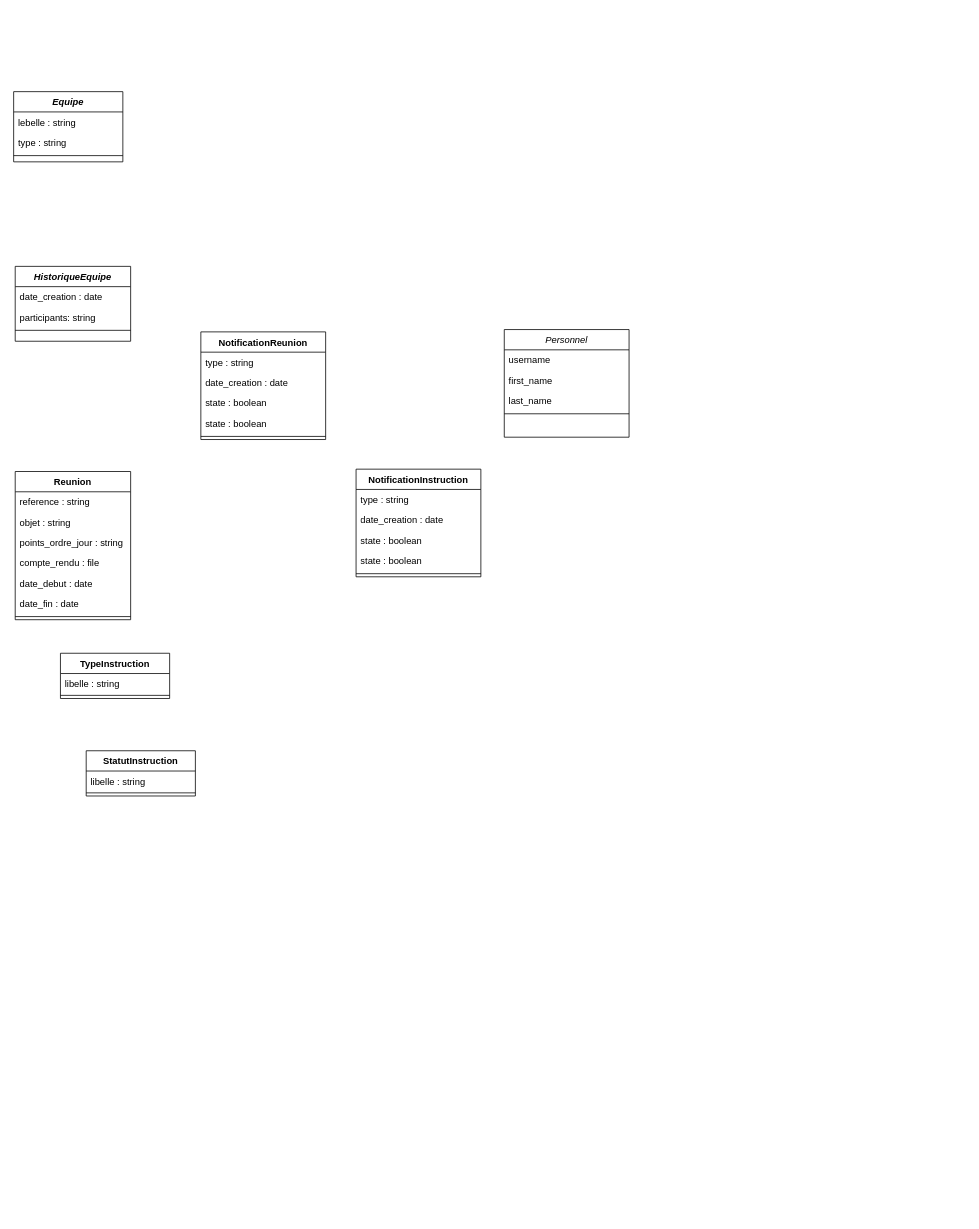
The draw.io diagram diagramme_classes_technique.drawio in CabrelFeukeng/pp, before the edit. Source tidied: cells renumbered, new cells numbered last; positions are measured from the earlier drawing's top-left corner, leaving out a move shared by most shapes. Both pictures are drawn from the tidied source at 78%, with x=0, y=0 at pixel (13, 91).
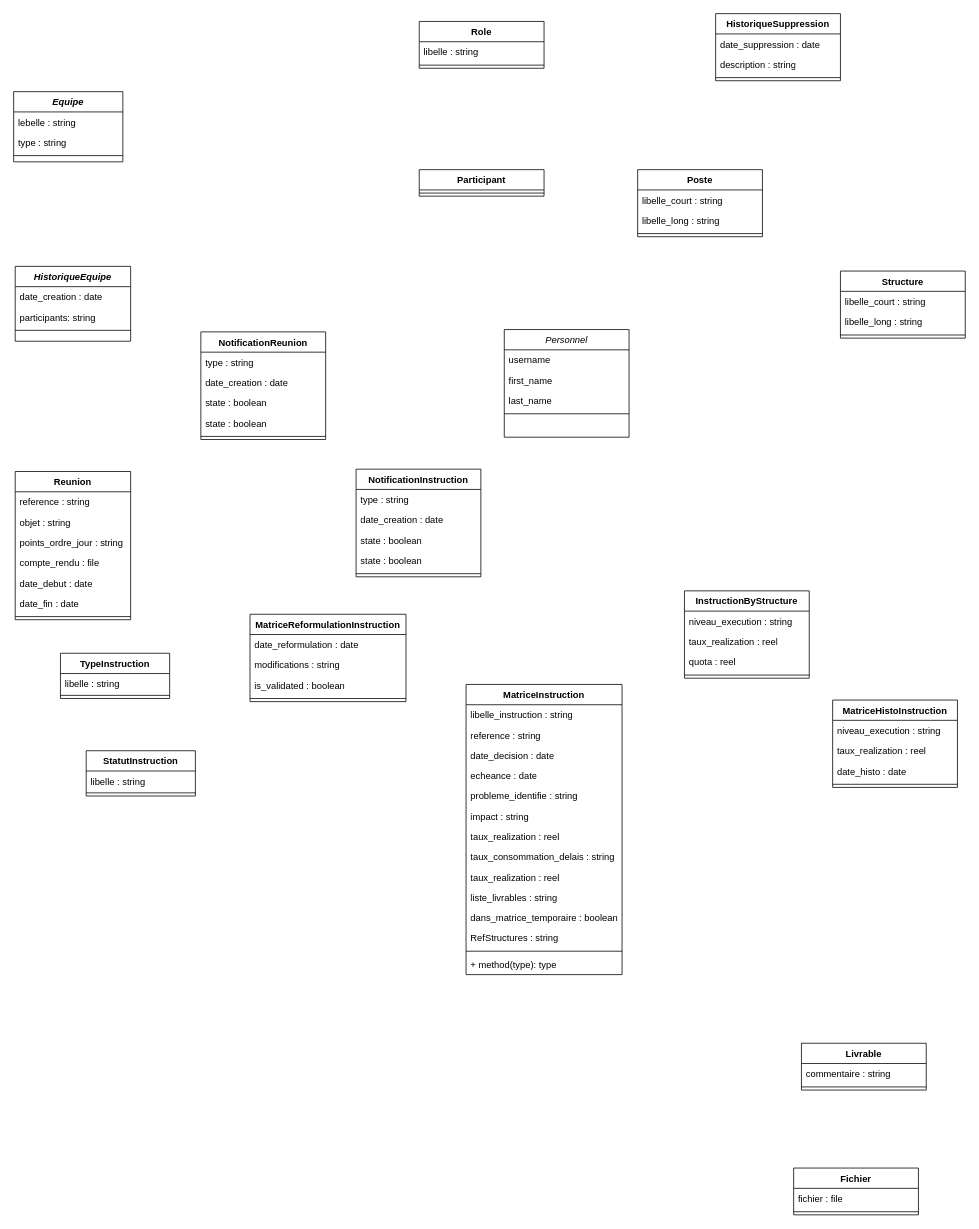
The same page after the edit.

Commit message (it also covers changes not shown here):
Mettre à jour diagramme_classes_technique.drawio

The edit, as a diff of the source:
```diff
@@
+    <mxCell id="41" value="MatriceReformulationInstruction" style="swimlane;fontStyle=1;align=center;verticalAlign=top;horizontal=1;startSize=26;whiteSpace=wrap;html=1;" parent="1" vertex="1">
+      <mxGeometry x="303" y="670" width="200" height="112" as="geometry" />
+    </mxCell>
+    <mxCell id="42" value="date_reformulation : date" style="text;strokeColor=none;fillColor=none;align=left;verticalAlign=top;spacingLeft=4;spacingRight=4;overflow=hidden;whiteSpace=wrap;html=1;" parent="41" vertex="1">
+      <mxGeometry y="26" width="200" height="26" as="geometry" />
+    </mxCell>
+    <mxCell id="43" value="modifications : string" style="text;strokeColor=none;fillColor=none;align=left;verticalAlign=top;spacingLeft=4;spacingRight=4;overflow=hidden;whiteSpace=wrap;html=1;" parent="41" vertex="1">
+      <mxGeometry y="52" width="200" height="26" as="geometry" />
+    </mxCell>
+    <mxCell id="44" value="is_validated : boolean" style="text;strokeColor=none;fillColor=none;align=left;verticalAlign=top;spacingLeft=4;spacingRight=4;overflow=hidden;whiteSpace=wrap;html=1;" parent="41" vertex="1">
+      <mxGeometry y="78" width="200" height="26" as="geometry" />
+    </mxCell>
+    <mxCell id="45" style="line;strokeWidth=1;fillColor=none;align=left;verticalAlign=middle;spacingTop=-1;spacingLeft=3;spacingRight=3;labelPosition=right;strokeColor=inherit;" parent="41" vertex="1">
+      <mxGeometry y="104" width="200" height="8" as="geometry" />
+    </mxCell>
+    <mxCell id="46" value="MatriceInstruction" style="swimlane;fontStyle=1;align=center;verticalAlign=top;horizontal=1;startSize=26;whiteSpace=wrap;html=1;" parent="1" vertex="1">
+      <mxGeometry x="580" y="760" width="200" height="372" as="geometry" />
+    </mxCell>
+    <mxCell id="47" value="libelle_instruction : string" style="text;strokeColor=none;fillColor=none;align=left;verticalAlign=top;spacingLeft=4;spacingRight=4;overflow=hidden;whiteSpace=wrap;html=1;" parent="46" vertex="1">
+      <mxGeometry y="26" width="200" height="26" as="geometry" />
+    </mxCell>
+    <mxCell id="48" value="reference : string" style="text;strokeColor=none;fillColor=none;align=left;verticalAlign=top;spacingLeft=4;spacingRight=4;overflow=hidden;whiteSpace=wrap;html=1;" parent="46" vertex="1">
+      <mxGeometry y="52" width="200" height="26" as="geometry" />
+    </mxCell>
+    <mxCell id="49" value="date_decision : date" style="text;strokeColor=none;fillColor=none;align=left;verticalAlign=top;spacingLeft=4;spacingRight=4;overflow=hidden;whiteSpace=wrap;html=1;" parent="46" vertex="1">
+      <mxGeometry y="78" width="200" height="26" as="geometry" />
+    </mxCell>
+    <mxCell id="50" value="echeance : date" style="text;strokeColor=none;fillColor=none;align=left;verticalAlign=top;spacingLeft=4;spacingRight=4;overflow=hidden;whiteSpace=wrap;html=1;" parent="46" vertex="1">
+      <mxGeometry y="104" width="200" height="26" as="geometry" />
+    </mxCell>
+    <mxCell id="51" value="probleme_identifie : string" style="text;strokeColor=none;fillColor=none;align=left;verticalAlign=top;spacingLeft=4;spacingRight=4;overflow=hidden;whiteSpace=wrap;html=1;" parent="46" vertex="1">
+      <mxGeometry y="130" width="200" height="26" as="geometry" />
+    </mxCell>
+    <mxCell id="52" value="impact : string" style="text;strokeColor=none;fillColor=none;align=left;verticalAlign=top;spacingLeft=4;spacingRight=4;overflow=hidden;whiteSpace=wrap;html=1;" parent="46" vertex="1">
+      <mxGeometry y="156" width="200" height="26" as="geometry" />
+    </mxCell>
+    <mxCell id="53" value="taux_realization : reel" style="text;strokeColor=none;fillColor=none;align=left;verticalAlign=top;spacingLeft=4;spacingRight=4;overflow=hidden;whiteSpace=wrap;html=1;" parent="46" vertex="1">
+      <mxGeometry y="182" width="200" height="26" as="geometry" />
+    </mxCell>
+    <mxCell id="54" value="taux_consommation_delais : string" style="text;strokeColor=none;fillColor=none;align=left;verticalAlign=top;spacingLeft=4;spacingRight=4;overflow=hidden;whiteSpace=wrap;html=1;" parent="46" vertex="1">
+      <mxGeometry y="208" width="200" height="26" as="geometry" />
+    </mxCell>
+    <mxCell id="55" value="taux_realization : reel" style="text;strokeColor=none;fillColor=none;align=left;verticalAlign=top;spacingLeft=4;spacingRight=4;overflow=hidden;whiteSpace=wrap;html=1;" parent="46" vertex="1">
+      <mxGeometry y="234" width="200" height="26" as="geometry" />
+    </mxCell>
+    <mxCell id="56" value="liste_livrables : string" style="text;strokeColor=none;fillColor=none;align=left;verticalAlign=top;spacingLeft=4;spacingRight=4;overflow=hidden;whiteSpace=wrap;html=1;" parent="46" vertex="1">
+      <mxGeometry y="260" width="200" height="26" as="geometry" />
+    </mxCell>
+    <mxCell id="57" value="dans_matrice_temporaire : boolean" style="text;strokeColor=none;fillColor=none;align=left;verticalAlign=top;spacingLeft=4;spacingRight=4;overflow=hidden;whiteSpace=wrap;html=1;" parent="46" vertex="1">
+      <mxGeometry y="286" width="200" height="26" as="geometry" />
+    </mxCell>
+    <mxCell id="58" value="RefStructures : string" style="text;strokeColor=none;fillColor=none;align=left;verticalAlign=top;spacingLeft=4;spacingRight=4;overflow=hidden;whiteSpace=wrap;html=1;" parent="46" vertex="1">
+      <mxGeometry y="312" width="200" height="26" as="geometry" />
+    </mxCell>
+    <mxCell id="59" style="line;strokeWidth=1;fillColor=none;align=left;verticalAlign=middle;spacingTop=-1;spacingLeft=3;spacingRight=3;labelPosition=right;strokeColor=inherit;" parent="46" vertex="1">
+      <mxGeometry y="338" width="200" height="8" as="geometry" />
+    </mxCell>
+    <mxCell id="60" value="+ method(type): type" style="text;strokeColor=none;fillColor=none;align=left;verticalAlign=top;spacingLeft=4;spacingRight=4;overflow=hidden;whiteSpace=wrap;html=1;" parent="46" vertex="1">
+      <mxGeometry y="346" width="200" height="26" as="geometry" />
+    </mxCell>
+    <mxCell id="61" value="MatriceHistoInstruction" style="swimlane;fontStyle=1;align=center;verticalAlign=top;horizontal=1;startSize=26;whiteSpace=wrap;html=1;" parent="1" vertex="1">
+      <mxGeometry x="1050" y="780" width="160" height="112" as="geometry" />
+    </mxCell>
+    <mxCell id="62" value="niveau_execution : string" style="text;strokeColor=none;fillColor=none;align=left;verticalAlign=top;spacingLeft=4;spacingRight=4;overflow=hidden;whiteSpace=wrap;html=1;" parent="61" vertex="1">
+      <mxGeometry y="26" width="160" height="26" as="geometry" />
+    </mxCell>
+    <mxCell id="63" value="taux_realization : reel" style="text;strokeColor=none;fillColor=none;align=left;verticalAlign=top;spacingLeft=4;spacingRight=4;overflow=hidden;whiteSpace=wrap;html=1;" parent="61" vertex="1">
+      <mxGeometry y="52" width="160" height="26" as="geometry" />
+    </mxCell>
+    <mxCell id="64" value="date_histo : date" style="text;strokeColor=none;fillColor=none;align=left;verticalAlign=top;spacingLeft=4;spacingRight=4;overflow=hidden;whiteSpace=wrap;html=1;" parent="61" vertex="1">
+      <mxGeometry y="78" width="160" height="26" as="geometry" />
+    </mxCell>
+    <mxCell id="65" style="line;strokeWidth=1;fillColor=none;align=left;verticalAlign=middle;spacingTop=-1;spacingLeft=3;spacingRight=3;labelPosition=right;strokeColor=inherit;" parent="61" vertex="1">
+      <mxGeometry y="104" width="160" height="8" as="geometry" />
+    </mxCell>
+    <mxCell id="66" value="InstructionByStructure" style="swimlane;fontStyle=1;align=center;verticalAlign=top;horizontal=1;startSize=26;whiteSpace=wrap;html=1;" parent="1" vertex="1">
+      <mxGeometry x="860" y="640" width="160" height="112" as="geometry" />
+    </mxCell>
+    <mxCell id="67" value="niveau_execution : string" style="text;strokeColor=none;fillColor=none;align=left;verticalAlign=top;spacingLeft=4;spacingRight=4;overflow=hidden;whiteSpace=wrap;html=1;" parent="66" vertex="1">
+      <mxGeometry y="26" width="160" height="26" as="geometry" />
+    </mxCell>
+    <mxCell id="68" value="taux_realization : reel" style="text;strokeColor=none;fillColor=none;align=left;verticalAlign=top;spacingLeft=4;spacingRight=4;overflow=hidden;whiteSpace=wrap;html=1;" parent="66" vertex="1">
+      <mxGeometry y="52" width="160" height="26" as="geometry" />
+    </mxCell>
+    <mxCell id="69" value="quota : reel" style="text;strokeColor=none;fillColor=none;align=left;verticalAlign=top;spacingLeft=4;spacingRight=4;overflow=hidden;whiteSpace=wrap;html=1;" parent="66" vertex="1">
+      <mxGeometry y="78" width="160" height="26" as="geometry" />
+    </mxCell>
+    <mxCell id="70" style="line;strokeWidth=1;fillColor=none;align=left;verticalAlign=middle;spacingTop=-1;spacingLeft=3;spacingRight=3;labelPosition=right;strokeColor=inherit;" parent="66" vertex="1">
+      <mxGeometry y="104" width="160" height="8" as="geometry" />
+    </mxCell>
+    <mxCell id="71" value="Participant" style="swimlane;fontStyle=1;align=center;verticalAlign=top;horizontal=1;startSize=26;whiteSpace=wrap;html=1;" parent="1" vertex="1">
+      <mxGeometry x="520" y="100" width="160" height="34" as="geometry" />
+    </mxCell>
+    <mxCell id="72" style="line;strokeWidth=1;fillColor=none;align=left;verticalAlign=middle;spacingTop=-1;spacingLeft=3;spacingRight=3;labelPosition=right;strokeColor=inherit;" parent="71" vertex="1">
+      <mxGeometry y="26" width="160" height="8" as="geometry" />
+    </mxCell>
+    <mxCell id="73" value="Role" style="swimlane;fontStyle=1;align=center;verticalAlign=top;horizontal=1;startSize=26;whiteSpace=wrap;html=1;" parent="1" vertex="1">
+      <mxGeometry x="520" y="-90" width="160" height="60" as="geometry" />
+    </mxCell>
+    <mxCell id="74" value="libelle : string" style="text;strokeColor=none;fillColor=none;align=left;verticalAlign=top;spacingLeft=4;spacingRight=4;overflow=hidden;whiteSpace=wrap;html=1;" parent="73" vertex="1">
+      <mxGeometry y="26" width="160" height="26" as="geometry" />
+    </mxCell>
+    <mxCell id="75" style="line;strokeWidth=1;fillColor=none;align=left;verticalAlign=middle;spacingTop=-1;spacingLeft=3;spacingRight=3;labelPosition=right;strokeColor=inherit;" parent="73" vertex="1">
+      <mxGeometry y="52" width="160" height="8" as="geometry" />
+    </mxCell>
+    <mxCell id="76" value="Livrable" style="swimlane;fontStyle=1;align=center;verticalAlign=top;horizontal=1;startSize=26;whiteSpace=wrap;html=1;" parent="1" vertex="1">
+      <mxGeometry x="1010" y="1220" width="160" height="60" as="geometry" />
+    </mxCell>
+    <mxCell id="77" value="commentaire : string" style="text;strokeColor=none;fillColor=none;align=left;verticalAlign=top;spacingLeft=4;spacingRight=4;overflow=hidden;whiteSpace=wrap;html=1;" parent="76" vertex="1">
+      <mxGeometry y="26" width="160" height="26" as="geometry" />
+    </mxCell>
+    <mxCell id="78" style="line;strokeWidth=1;fillColor=none;align=left;verticalAlign=middle;spacingTop=-1;spacingLeft=3;spacingRight=3;labelPosition=right;strokeColor=inherit;" parent="76" vertex="1">
+      <mxGeometry y="52" width="160" height="8" as="geometry" />
+    </mxCell>
+    <mxCell id="79" value="Fichier" style="swimlane;fontStyle=1;align=center;verticalAlign=top;horizontal=1;startSize=26;whiteSpace=wrap;html=1;" parent="1" vertex="1">
+      <mxGeometry x="1000" y="1380" width="160" height="60" as="geometry" />
+    </mxCell>
+    <mxCell id="80" value="fichier : file" style="text;strokeColor=none;fillColor=none;align=left;verticalAlign=top;spacingLeft=4;spacingRight=4;overflow=hidden;whiteSpace=wrap;html=1;" parent="79" vertex="1">
+      <mxGeometry y="26" width="160" height="26" as="geometry" />
+    </mxCell>
+    <mxCell id="81" style="line;strokeWidth=1;fillColor=none;align=left;verticalAlign=middle;spacingTop=-1;spacingLeft=3;spacingRight=3;labelPosition=right;strokeColor=inherit;" parent="79" vertex="1">
+      <mxGeometry y="52" width="160" height="8" as="geometry" />
+    </mxCell>
+    <mxCell id="82" value="Structure" style="swimlane;fontStyle=1;align=center;verticalAlign=top;horizontal=1;startSize=26;whiteSpace=wrap;html=1;" parent="1" vertex="1">
+      <mxGeometry x="1060" y="230" width="160" height="86" as="geometry" />
+    </mxCell>
+    <mxCell id="83" value="libelle_court : string" style="text;strokeColor=none;fillColor=none;align=left;verticalAlign=top;spacingLeft=4;spacingRight=4;overflow=hidden;whiteSpace=wrap;html=1;" parent="82" vertex="1">
+      <mxGeometry y="26" width="160" height="26" as="geometry" />
+    </mxCell>
+    <mxCell id="84" value="libelle_long : string" style="text;strokeColor=none;fillColor=none;align=left;verticalAlign=top;spacingLeft=4;spacingRight=4;overflow=hidden;whiteSpace=wrap;html=1;" parent="82" vertex="1">
+      <mxGeometry y="52" width="160" height="26" as="geometry" />
+    </mxCell>
+    <mxCell id="85" style="line;strokeWidth=1;fillColor=none;align=left;verticalAlign=middle;spacingTop=-1;spacingLeft=3;spacingRight=3;labelPosition=right;strokeColor=inherit;" parent="82" vertex="1">
+      <mxGeometry y="78" width="160" height="8" as="geometry" />
+    </mxCell>
+    <mxCell id="86" value="Poste" style="swimlane;fontStyle=1;align=center;verticalAlign=top;horizontal=1;startSize=26;whiteSpace=wrap;html=1;" parent="1" vertex="1">
+      <mxGeometry x="800" y="100" width="160" height="86" as="geometry" />
+    </mxCell>
+    <mxCell id="87" value="libelle_court : string" style="text;strokeColor=none;fillColor=none;align=left;verticalAlign=top;spacingLeft=4;spacingRight=4;overflow=hidden;whiteSpace=wrap;html=1;" parent="86" vertex="1">
+      <mxGeometry y="26" width="160" height="26" as="geometry" />
+    </mxCell>
+    <mxCell id="88" value="libelle_long : string" style="text;strokeColor=none;fillColor=none;align=left;verticalAlign=top;spacingLeft=4;spacingRight=4;overflow=hidden;whiteSpace=wrap;html=1;" parent="86" vertex="1">
+      <mxGeometry y="52" width="160" height="26" as="geometry" />
+    </mxCell>
+    <mxCell id="89" style="line;strokeWidth=1;fillColor=none;align=left;verticalAlign=middle;spacingTop=-1;spacingLeft=3;spacingRight=3;labelPosition=right;strokeColor=inherit;" parent="86" vertex="1">
+      <mxGeometry y="78" width="160" height="8" as="geometry" />
+    </mxCell>
+    <mxCell id="90" value="HistoriqueSuppression" style="swimlane;fontStyle=1;align=center;verticalAlign=top;horizontal=1;startSize=26;whiteSpace=wrap;html=1;" parent="1" vertex="1">
+      <mxGeometry x="900" y="-100" width="160" height="86" as="geometry" />
+    </mxCell>
+    <mxCell id="91" value="date_suppression : date" style="text;strokeColor=none;fillColor=none;align=left;verticalAlign=top;spacingLeft=4;spacingRight=4;overflow=hidden;whiteSpace=wrap;html=1;" parent="90" vertex="1">
+      <mxGeometry y="26" width="160" height="26" as="geometry" />
+    </mxCell>
+    <mxCell id="92" value="description : string" style="text;strokeColor=none;fillColor=none;align=left;verticalAlign=top;spacingLeft=4;spacingRight=4;overflow=hidden;whiteSpace=wrap;html=1;" parent="90" vertex="1">
+      <mxGeometry y="52" width="160" height="26" as="geometry" />
+    </mxCell>
+    <mxCell id="93" style="line;strokeWidth=1;fillColor=none;align=left;verticalAlign=middle;spacingTop=-1;spacingLeft=3;spacingRight=3;labelPosition=right;strokeColor=inherit;" parent="90" vertex="1">
+      <mxGeometry y="78" width="160" height="8" as="geometry" />
+    </mxCell>
```
